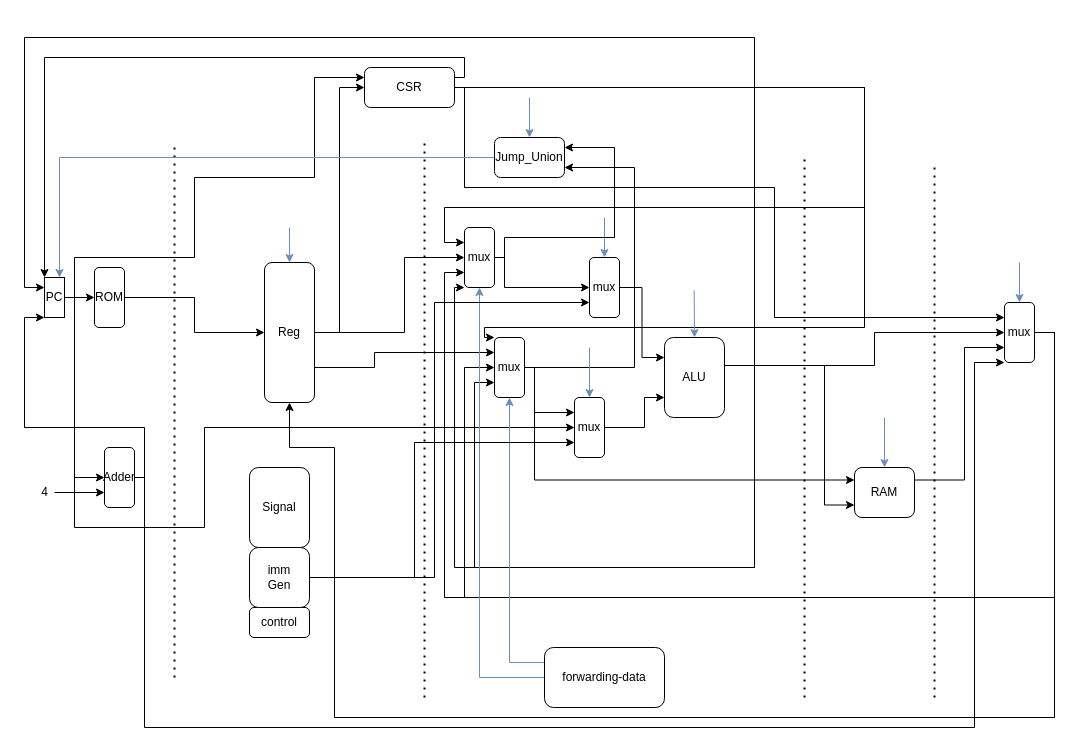
This is Lab7.drawio from Zerokei/CPUGraph, a draw.io file, before an edit. Source tidied: cells renumbered, new cells numbered last; positions are measured from the earlier drawing's top-left corner, leaving out a move shared by most shapes. Both pictures are drawn from the tidied source at 100%, with x=0, y=0 at pixel (24, 37).
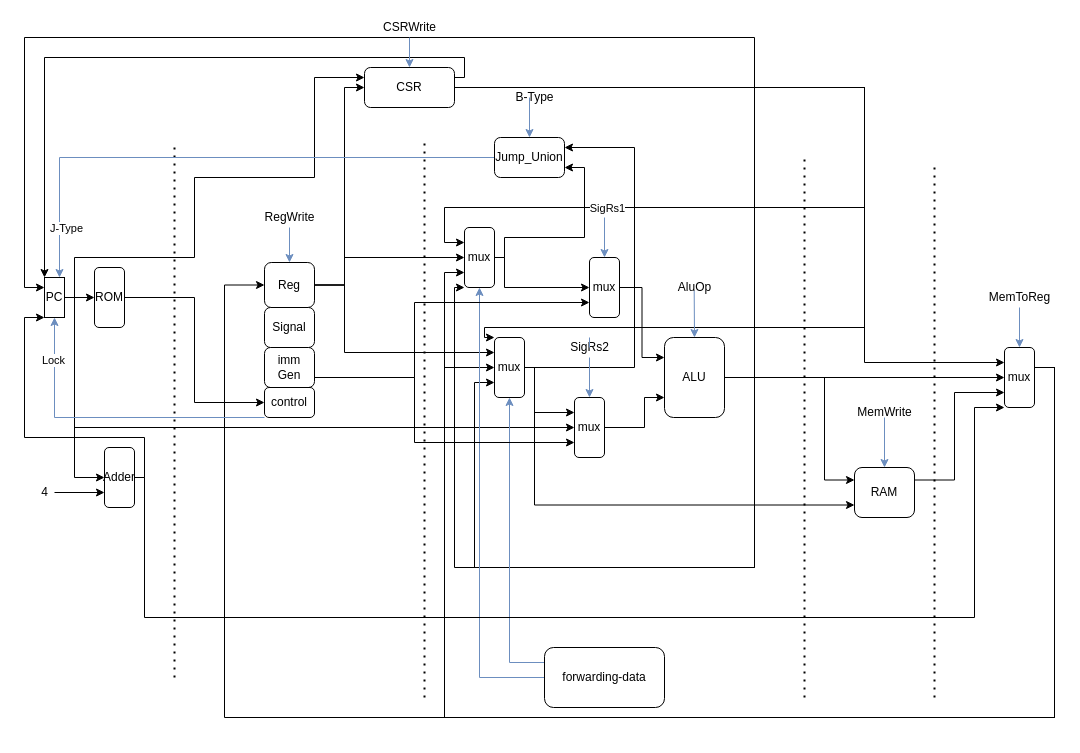
The same page after the edit.

Unchanged cells that the change refers to:
```xml
<mxCell id="7" value="ALU" style="rounded=1;whiteSpace=wrap;html=1;" parent="1" vertex="1">
  <mxGeometry x="640" y="300" width="60" height="80" as="geometry" />
</mxCell>
<mxCell id="12" value="PC" style="whiteSpace=wrap;html=1;" parent="1" vertex="1">
  <mxGeometry x="20" y="240" width="20" height="40" as="geometry" />
</mxCell>
<mxCell id="14" value="RAM" style="rounded=1;whiteSpace=wrap;html=1;" parent="1" vertex="1">
  <mxGeometry x="830" y="430" width="60" height="50" as="geometry" />
</mxCell>
<mxCell id="20" value="ROM" style="rounded=1;whiteSpace=wrap;html=1;" parent="1" vertex="1">
  <mxGeometry x="70" y="230" width="30" height="60" as="geometry" />
</mxCell>
<mxCell id="35" style="edgeStyle=orthogonalEdgeStyle;rounded=0;jettySize=auto;html=1;exitX=1;exitY=0.5;exitDx=0;exitDy=0;entryX=0;entryY=0.25;entryDx=0;entryDy=0;" parent="1" edge="1" source="37" target="67">
  <mxGeometry relative="1" as="geometry">
    <Array as="points">
      <mxPoint x="840" y="50" />
      <mxPoint x="840" y="170" />
      <mxPoint x="420" y="170" />
      <mxPoint x="420" y="205" />
    </Array>
  </mxGeometry>
</mxCell>
<mxCell id="37" value="CSR" style="rounded=1;whiteSpace=wrap;html=1;" parent="1" vertex="1">
  <mxGeometry x="340" y="30" width="90" height="40" as="geometry" />
</mxCell>
<mxCell id="43" value="mux" style="rounded=1;whiteSpace=wrap;html=1;" parent="1" vertex="1">
  <mxGeometry x="550" y="360" width="30" height="60" as="geometry" />
</mxCell>
<mxCell id="45" value="mux" style="rounded=1;whiteSpace=wrap;html=1;" parent="1" vertex="1">
  <mxGeometry x="565" y="220" width="30" height="60" as="geometry" />
</mxCell>
<mxCell id="53" value="mux" style="rounded=1;whiteSpace=wrap;html=1;" parent="1" vertex="1">
  <mxGeometry x="470" y="300" width="30" height="60" as="geometry" />
</mxCell>
<mxCell id="58" value="Adder" style="rounded=1;whiteSpace=wrap;html=1;" parent="1" vertex="1">
  <mxGeometry x="80" y="410" width="30" height="60" as="geometry" />
</mxCell>
<mxCell id="62" style="edgeStyle=orthogonalEdgeStyle;rounded=0;jettySize=auto;html=1;exitX=0;exitY=0.5;exitDx=0;exitDy=0;fillColor=#dae8fc;strokeColor=#6c8ebf;entryX=0.75;entryY=0;entryDx=0;entryDy=0;" parent="1" edge="1" source="63" target="12">
  <mxGeometry relative="1" as="geometry">
    <Array as="points">
      <mxPoint x="35" y="120" />
    </Array>
  </mxGeometry>
</mxCell>
<mxCell id="63" value="Jump_Union" style="rounded=1;whiteSpace=wrap;html=1;" parent="1" vertex="1">
  <mxGeometry x="470" y="100" width="70" height="40" as="geometry" />
</mxCell>
<mxCell id="67" value="mux" style="rounded=1;whiteSpace=wrap;html=1;" parent="1" vertex="1">
  <mxGeometry x="440" y="190" width="30" height="60" as="geometry" />
</mxCell>
```

Change to the diagram source:
```diff
@@
-    <mxCell id="2" style="edgeStyle=orthogonalEdgeStyle;rounded=0;jettySize=auto;html=1;exitX=1;exitY=0.5;exitDx=0;exitDy=0;entryX=0;entryY=0.5;entryDx=0;entryDy=0;" parent="1" edge="1" target="18">
+    <mxCell id="2" style="edgeStyle=orthogonalEdgeStyle;rounded=0;jettySize=auto;html=1;exitX=1;exitY=0.5;exitDx=0;exitDy=0;entryX=0;entryY=0.5;entryDx=0;entryDy=0;" parent="1" edge="1" source="7" target="18">
       <mxGeometry relative="1" as="geometry">
-        <mxPoint x="720" y="328" as="sourcePoint" />
         <Array as="points">
-          <mxPoint x="850" y="328" />
-          <mxPoint x="850" y="295" />
+          <mxPoint x="980" y="340" />
         </Array>
       </mxGeometry>
     </mxCell>
-    <mxCell id="3" style="edgeStyle=orthogonalEdgeStyle;rounded=0;jettySize=auto;html=1;exitX=1;exitY=0.5;exitDx=0;exitDy=0;entryX=0;entryY=0.75;entryDx=0;entryDy=0;" parent="1" edge="1" target="14">
+    <mxCell id="3" style="edgeStyle=orthogonalEdgeStyle;rounded=0;jettySize=auto;html=1;entryX=0;entryY=0.25;entryDx=0;entryDy=0;" parent="1" edge="1" target="14">
       <mxGeometry relative="1" as="geometry">
-        <mxPoint x="720" y="328" as="sourcePoint" />
+        <mxPoint x="710" y="340" as="sourcePoint" />
         <Array as="points">
-          <mxPoint x="800" y="328" />
-          <mxPoint x="800" y="468" />
+          <mxPoint x="800" y="340" />
+          <mxPoint x="800" y="443" />
+          <mxPoint x="830" y="443" />
         </Array>
       </mxGeometry>
     </mxCell>
     <mxCell id="4" style="edgeStyle=orthogonalEdgeStyle;rounded=0;jettySize=auto;html=1;exitX=1;exitY=0.5;exitDx=0;exitDy=0;entryX=0;entryY=0.75;entryDx=0;entryDy=0;" parent="1" edge="1" source="7" target="53">
       <mxGeometry relative="1" as="geometry">
         <Array as="points">
-          <mxPoint x="730" y="328" />
+          <mxPoint x="730" y="340" />
           <mxPoint x="730" y="530" />
           <mxPoint x="450" y="530" />
           <mxPoint x="450" y="345" />
         </Array>
       </mxGeometry>
     </mxCell>
     <mxCell id="5" style="edgeStyle=orthogonalEdgeStyle;rounded=0;jettySize=auto;html=1;exitX=1;exitY=0.5;exitDx=0;exitDy=0;entryX=0;entryY=1;entryDx=0;entryDy=0;" parent="1" edge="1" source="7" target="67">
       <mxGeometry relative="1" as="geometry">
         <Array as="points">
-          <mxPoint x="730" y="328" />
+          <mxPoint x="730" y="340" />
           <mxPoint x="730" y="530" />
           <mxPoint x="430" y="530" />
           <mxPoint x="430" y="250" />
         </Array>
       </mxGeometry>
     </mxCell>
     <mxCell id="6" style="edgeStyle=orthogonalEdgeStyle;rounded=0;jettySize=auto;html=1;exitX=1;exitY=0.5;exitDx=0;exitDy=0;entryX=0;entryY=0.25;entryDx=0;entryDy=0;" parent="1" edge="1" source="7" target="12">
       <mxGeometry relative="1" as="geometry">
         <Array as="points">
-          <mxPoint x="730" y="328" />
+          <mxPoint x="730" y="340" />
           <mxPoint x="730" />
           <mxPoint />
           <mxPoint y="250" />
         </Array>
       </mxGeometry>
     </mxCell>
@@
-    <mxCell id="9" style="edgeStyle=orthogonalEdgeStyle;rounded=0;jettySize=auto;html=1;exitX=1;exitY=0.5;exitDx=0;exitDy=0;entryX=0;entryY=0.5;entryDx=0;entryDy=0;" parent="1" edge="1" source="12" target="43">
+    <mxCell id="9" style="edgeStyle=orthogonalEdgeStyle;rounded=0;jettySize=auto;html=1;entryX=0;entryY=0.5;entryDx=0;entryDy=0;startArrow=none;exitX=1;exitY=0.5;exitDx=0;exitDy=0;" parent="1" edge="1" source="12" target="43">
       <mxGeometry relative="1" as="geometry">
         <Array as="points">
           <mxPoint x="50" y="260" />
-          <mxPoint x="50" y="490" />
-          <mxPoint x="180" y="490" />
-          <mxPoint x="180" y="390" />
+          <mxPoint x="50" y="390" />
         </Array>
       </mxGeometry>
     </mxCell>
@@
     <mxCell id="13" style="edgeStyle=orthogonalEdgeStyle;rounded=0;jettySize=auto;html=1;exitX=1;exitY=0.25;exitDx=0;exitDy=0;entryX=0;entryY=0.75;entryDx=0;entryDy=0;" parent="1" edge="1" source="14" target="18">
       <mxGeometry relative="1" as="geometry">
         <Array as="points">
-          <mxPoint x="940" y="442" />
-          <mxPoint x="940" y="310" />
+          <mxPoint x="930" y="442" />
+          <mxPoint x="930" y="355" />
         </Array>
       </mxGeometry>
     </mxCell>
@@
-    <mxCell id="15" style="edgeStyle=orthogonalEdgeStyle;rounded=0;jettySize=auto;html=1;exitX=1;exitY=0.5;exitDx=0;exitDy=0;entryX=0.5;entryY=1;entryDx=0;entryDy=0;" parent="1" edge="1" source="18" target="24">
+    <mxCell id="15" style="edgeStyle=orthogonalEdgeStyle;rounded=0;jettySize=auto;html=1;exitX=1;exitY=0.5;exitDx=0;exitDy=0;entryX=0;entryY=0.5;entryDx=0;entryDy=0;" parent="1" edge="1" source="18" target="24">
       <mxGeometry relative="1" as="geometry">
         <Array as="points">
-          <mxPoint x="1030" y="295" />
+          <mxPoint x="1030" y="330" />
           <mxPoint x="1030" y="680" />
-          <mxPoint x="310" y="680" />
-          <mxPoint x="310" y="410" />
-          <mxPoint x="265" y="410" />
+          <mxPoint x="200" y="680" />
+          <mxPoint x="200" y="248" />
+          <mxPoint x="240" y="248" />
         </Array>
       </mxGeometry>
     </mxCell>
     <mxCell id="16" style="edgeStyle=orthogonalEdgeStyle;rounded=0;jettySize=auto;html=1;exitX=1;exitY=0.5;exitDx=0;exitDy=0;entryX=0;entryY=0.5;entryDx=0;entryDy=0;" parent="1" edge="1" source="18" target="53">
       <mxGeometry relative="1" as="geometry">
         <Array as="points">
-          <mxPoint x="1030" y="295" />
-          <mxPoint x="1030" y="560" />
-          <mxPoint x="440" y="560" />
-          <mxPoint x="440" y="330" />
+          <mxPoint x="1010" y="330" />
+          <mxPoint x="1030" y="330" />
+          <mxPoint x="1030" y="680" />
+          <mxPoint x="420" y="680" />
+          <mxPoint x="420" y="330" />
         </Array>
       </mxGeometry>
     </mxCell>
     <mxCell id="17" style="edgeStyle=orthogonalEdgeStyle;rounded=0;jettySize=auto;html=1;exitX=1;exitY=0.5;exitDx=0;exitDy=0;entryX=0;entryY=0.75;entryDx=0;entryDy=0;" parent="1" edge="1" source="18" target="67">
       <mxGeometry relative="1" as="geometry">
         <Array as="points">
-          <mxPoint x="1030" y="295" />
-          <mxPoint x="1030" y="560" />
-          <mxPoint x="420" y="560" />
+          <mxPoint x="1010" y="330" />
+          <mxPoint x="1030" y="330" />
+          <mxPoint x="1030" y="680" />
+          <mxPoint x="420" y="680" />
           <mxPoint x="420" y="235" />
         </Array>
       </mxGeometry>
     </mxCell>
     <mxCell id="18" value="mux" style="rounded=1;whiteSpace=wrap;html=1;" parent="1" vertex="1">
-      <mxGeometry x="980" y="265" width="30" height="60" as="geometry" />
+      <mxGeometry x="980" y="310" width="30" height="60" as="geometry" />
     </mxCell>
-    <mxCell id="19" style="edgeStyle=orthogonalEdgeStyle;rounded=0;jettySize=auto;html=1;exitX=1;exitY=0.5;exitDx=0;exitDy=0;entryX=0;entryY=0.5;entryDx=0;entryDy=0;" parent="1" edge="1" source="20" target="24">
+    <mxCell id="19" style="edgeStyle=orthogonalEdgeStyle;rounded=0;jettySize=auto;html=1;exitX=1;exitY=0.5;exitDx=0;exitDy=0;entryX=0;entryY=0.5;entryDx=0;entryDy=0;" parent="1" edge="1" source="20" target="31">
       <mxGeometry relative="1" as="geometry" />
     </mxCell>
@@
     <mxCell id="21" style="edgeStyle=orthogonalEdgeStyle;rounded=0;jettySize=auto;html=1;exitX=1;exitY=0.5;exitDx=0;exitDy=0;entryX=0;entryY=0.5;entryDx=0;entryDy=0;" parent="1" edge="1" source="24" target="67">
       <mxGeometry relative="1" as="geometry">
         <Array as="points">
-          <mxPoint x="380" y="295" />
-          <mxPoint x="380" y="220" />
+          <mxPoint x="320" y="248" />
+          <mxPoint x="320" y="220" />
         </Array>
       </mxGeometry>
     </mxCell>
-    <mxCell id="22" style="edgeStyle=orthogonalEdgeStyle;rounded=0;jettySize=auto;html=1;exitX=1;exitY=0.75;exitDx=0;exitDy=0;entryX=0;entryY=0.25;entryDx=0;entryDy=0;" parent="1" edge="1" source="24" target="53">
+    <mxCell id="22" style="edgeStyle=orthogonalEdgeStyle;rounded=0;jettySize=auto;html=1;exitX=1;exitY=0.5;exitDx=0;exitDy=0;entryX=0;entryY=0.25;entryDx=0;entryDy=0;" parent="1" edge="1" source="24" target="53">
       <mxGeometry relative="1" as="geometry">
         <Array as="points">
-          <mxPoint x="350" y="330" />
-          <mxPoint x="350" y="315" />
+          <mxPoint x="320" y="248" />
+          <mxPoint x="320" y="315" />
         </Array>
       </mxGeometry>
     </mxCell>
     <mxCell id="23" style="edgeStyle=orthogonalEdgeStyle;rounded=0;jettySize=auto;html=1;exitX=1;exitY=0.5;exitDx=0;exitDy=0;entryX=0;entryY=0.5;entryDx=0;entryDy=0;" parent="1" edge="1" source="24" target="37">
-      <mxGeometry relative="1" as="geometry" />
+      <mxGeometry relative="1" as="geometry">
+        <Array as="points">
+          <mxPoint x="320" y="248" />
+          <mxPoint x="320" y="50" />
+        </Array>
+      </mxGeometry>
     </mxCell>
     <mxCell id="24" value="Reg" style="rounded=1;whiteSpace=wrap;html=1;" parent="1" vertex="1">
-      <mxGeometry x="240" y="225" width="50" height="140" as="geometry" />
+      <mxGeometry x="240" y="225" width="50" height="45" as="geometry" />
     </mxCell>
@@
-    <mxCell id="31" value="control" style="rounded=1;whiteSpace=wrap;html=1;" parent="1" vertex="1">
-      <mxGeometry x="225" y="570" width="60" height="30" as="geometry" />
-    </mxCell>
     <mxCell id="32" style="edgeStyle=orthogonalEdgeStyle;rounded=0;jettySize=auto;html=1;exitX=1;exitY=0.5;exitDx=0;exitDy=0;entryX=0;entryY=0.25;entryDx=0;entryDy=0;" parent="1" edge="1" source="37" target="18">
       <mxGeometry relative="1" as="geometry">
         <Array as="points">
-          <mxPoint x="440" y="50" />
-          <mxPoint x="440" y="150" />
-          <mxPoint x="750" y="150" />
-          <mxPoint x="750" y="280" />
+          <mxPoint x="840" y="50" />
+          <mxPoint x="840" y="325" />
         </Array>
       </mxGeometry>
     </mxCell>
@@
+    <mxCell id="68" value="SigRs1" style="edgeLabel;html=1;align=center;verticalAlign=middle;" parent="35" vertex="1">
+      <mxGeometry x="0.58" y="7" relative="1" as="geometry">
+        <mxPoint x="6" y="-7" as="offset" />
+      </mxGeometry>
+    </mxCell>
@@
     <mxCell id="38" value="Signal" style="rounded=1;whiteSpace=wrap;html=1;" parent="1" vertex="1">
-      <mxGeometry x="225" y="430" width="60" height="80" as="geometry" />
+      <mxGeometry x="240" y="270" width="50" height="40" as="geometry" />
     </mxCell>
     <mxCell id="39" style="edgeStyle=orthogonalEdgeStyle;rounded=0;jettySize=auto;html=1;exitX=1;exitY=0.5;exitDx=0;exitDy=0;entryX=0;entryY=0.75;entryDx=0;entryDy=0;" parent="1" edge="1" source="41" target="43">
       <mxGeometry relative="1" as="geometry">
         <Array as="points">
-          <mxPoint x="390" y="540" />
+          <mxPoint x="390" y="340" />
           <mxPoint x="390" y="405" />
         </Array>
       </mxGeometry>
     </mxCell>
     <mxCell id="40" style="edgeStyle=orthogonalEdgeStyle;rounded=0;jettySize=auto;html=1;exitX=1;exitY=0.5;exitDx=0;exitDy=0;entryX=0;entryY=0.75;entryDx=0;entryDy=0;" parent="1" edge="1" source="41" target="45">
       <mxGeometry relative="1" as="geometry">
         <Array as="points">
-          <mxPoint x="410" y="540" />
-          <mxPoint x="410" y="265" />
+          <mxPoint x="390" y="340" />
+          <mxPoint x="390" y="265" />
         </Array>
       </mxGeometry>
     </mxCell>
     <mxCell id="41" value="imm&lt;br&gt;Gen" style="rounded=1;whiteSpace=wrap;html=1;" parent="1" vertex="1">
-      <mxGeometry x="225" y="510" width="60" height="60" as="geometry" />
+      <mxGeometry x="240" y="310" width="50" height="40" as="geometry" />
     </mxCell>
@@
     <mxCell id="47" style="endArrow=classic;html=1;rounded=0;entryX=0.5;entryY=0;entryDx=0;entryDy=0;fillColor=#dae8fc;strokeColor=#6c8ebf;" parent="1" edge="1" target="18">
       <mxGeometry relative="1" as="geometry">
-        <mxPoint x="995" y="225" as="sourcePoint" />
+        <mxPoint x="995" y="270" as="sourcePoint" />
       </mxGeometry>
     </mxCell>
@@
-    <mxCell id="50" style="edgeStyle=orthogonalEdgeStyle;rounded=0;jettySize=auto;html=1;entryX=0;entryY=0.25;entryDx=0;entryDy=0;" parent="1" edge="1" target="14">
+    <mxCell id="50" style="edgeStyle=orthogonalEdgeStyle;rounded=0;jettySize=auto;html=1;entryX=0;entryY=0.75;entryDx=0;entryDy=0;" parent="1" edge="1" target="14">
       <mxGeometry relative="1" as="geometry">
         <mxPoint x="500" y="330" as="sourcePoint" />
         <Array as="points">
           <mxPoint x="510" y="330" />
-          <mxPoint x="510" y="442" />
+          <mxPoint x="510" y="468" />
+          <mxPoint x="830" y="468" />
         </Array>
       </mxGeometry>
     </mxCell>
@@
-    <mxCell id="52" style="edgeStyle=orthogonalEdgeStyle;rounded=0;jettySize=auto;html=1;exitX=1;exitY=0.5;exitDx=0;exitDy=0;entryX=1;entryY=0.75;entryDx=0;entryDy=0;" parent="1" edge="1" source="53" target="63">
+    <mxCell id="52" style="edgeStyle=orthogonalEdgeStyle;rounded=0;jettySize=auto;html=1;exitX=1;exitY=0.5;exitDx=0;exitDy=0;entryX=1;entryY=0.25;entryDx=0;entryDy=0;" parent="1" edge="1" source="53" target="63">
       <mxGeometry relative="1" as="geometry">
         <Array as="points">
           <mxPoint x="610" y="330" />
-          <mxPoint x="610" y="130" />
+          <mxPoint x="610" y="110" />
         </Array>
       </mxGeometry>
     </mxCell>
@@
-    <mxCell id="55" style="endArrow=classic;html=1;rounded=0;entryX=0.5;entryY=0;entryDx=0;entryDy=0;fillColor=#dae8fc;strokeColor=#6c8ebf;" parent="1" edge="1" target="43">
-      <mxGeometry relative="1" as="geometry">
-        <mxPoint x="565" y="310" as="sourcePoint" />
-      </mxGeometry>
+    <mxCell id="55" style="endArrow=classic;html=1;rounded=0;entryX=0.5;entryY=0;entryDx=0;entryDy=0;fillColor=#dae8fc;strokeColor=#6c8ebf;startArrow=none;" parent="1" edge="1" source="74" target="43">
+      <mxGeometry relative="1" as="geometry" />
     </mxCell>
     <mxCell id="56" style="edgeStyle=orthogonalEdgeStyle;rounded=0;jettySize=auto;html=1;exitX=1;exitY=0.5;exitDx=0;exitDy=0;entryX=0;entryY=1;entryDx=0;entryDy=0;" parent="1" edge="1" source="58" target="18">
       <mxGeometry relative="1" as="geometry">
         <Array as="points">
           <mxPoint x="120" y="440" />
-          <mxPoint x="120" y="690" />
-          <mxPoint x="950" y="690" />
-          <mxPoint x="950" y="325" />
+          <mxPoint x="120" y="580" />
+          <mxPoint x="950" y="580" />
+          <mxPoint x="950" y="370" />
         </Array>
       </mxGeometry>
     </mxCell>
     <mxCell id="57" style="edgeStyle=orthogonalEdgeStyle;rounded=0;jettySize=auto;html=1;exitX=1;exitY=0.5;exitDx=0;exitDy=0;entryX=0;entryY=1;entryDx=0;entryDy=0;" parent="1" edge="1" source="58" target="12">
       <mxGeometry relative="1" as="geometry">
         <Array as="points">
           <mxPoint x="120" y="440" />
-          <mxPoint x="120" y="390" />
-          <mxPoint y="390" />
+          <mxPoint x="120" y="400" />
+          <mxPoint y="400" />
           <mxPoint y="280" />
         </Array>
       </mxGeometry>
     </mxCell>
@@
+    <mxCell id="69" value="J-Type" style="edgeLabel;html=1;align=center;verticalAlign=middle;" parent="62" vertex="1">
+      <mxGeometry x="0.54" y="-6" relative="1" as="geometry">
+        <mxPoint x="-2" y="76" as="offset" />
+      </mxGeometry>
+    </mxCell>
@@
-    <mxCell id="66" style="edgeStyle=orthogonalEdgeStyle;rounded=0;jettySize=auto;html=1;exitX=1;exitY=0.5;exitDx=0;exitDy=0;entryX=1;entryY=0.25;entryDx=0;entryDy=0;" parent="1" edge="1" source="67" target="63">
+    <mxCell id="66" style="edgeStyle=orthogonalEdgeStyle;rounded=0;jettySize=auto;html=1;exitX=1;exitY=0.5;exitDx=0;exitDy=0;entryX=1;entryY=0.75;entryDx=0;entryDy=0;" parent="1" edge="1" source="67" target="63">
       <mxGeometry relative="1" as="geometry">
         <Array as="points">
           <mxPoint x="480" y="220" />
           <mxPoint x="480" y="200" />
-          <mxPoint x="590" y="200" />
-          <mxPoint x="590" y="110" />
+          <mxPoint x="560" y="200" />
+          <mxPoint x="560" y="130" />
         </Array>
       </mxGeometry>
     </mxCell>
@@
+    <mxCell id="70" value="AluOp" style="text;html=1;align=center;verticalAlign=middle;strokeColor=none;fillColor=none;" parent="1" vertex="1">
+      <mxGeometry x="645" y="240" width="50" height="20" as="geometry" />
+    </mxCell>
+    <mxCell id="71" value="MemToReg" style="text;html=1;align=center;verticalAlign=middle;strokeColor=none;fillColor=none;" parent="1" vertex="1">
+      <mxGeometry x="955" y="250" width="80" height="20" as="geometry" />
+    </mxCell>
+    <mxCell id="72" value="B-Type" style="text;html=1;align=center;verticalAlign=middle;strokeColor=none;fillColor=none;" parent="1" vertex="1">
+      <mxGeometry x="485" y="50" width="50" height="20" as="geometry" />
+    </mxCell>
+    <mxCell id="73" value="RegWrite" style="text;html=1;align=center;verticalAlign=middle;strokeColor=none;fillColor=none;" parent="1" vertex="1">
+      <mxGeometry x="230" y="170" width="70" height="20" as="geometry" />
+    </mxCell>
+    <mxCell id="74" value="SigRs2" style="text;html=1;align=center;verticalAlign=middle;points=[];strokeColor=none;fillColor=none;" parent="1" vertex="1">
+      <mxGeometry x="540" y="300" width="50" height="20" as="geometry" />
+    </mxCell>
+    <mxCell id="75" style="endArrow=none;html=1;rounded=0;entryX=0.5;entryY=0;entryDx=0;entryDy=0;fillColor=#dae8fc;strokeColor=#6c8ebf;" parent="1" edge="1" target="74">
+      <mxGeometry relative="1" as="geometry">
+        <mxPoint x="565" y="310" as="sourcePoint" />
+      </mxGeometry>
+    </mxCell>
+    <mxCell id="76" value="MemWrite" style="text;html=1;align=center;verticalAlign=middle;strokeColor=none;fillColor=none;" parent="1" vertex="1">
+      <mxGeometry x="825" y="365" width="70" height="20" as="geometry" />
+    </mxCell>
+    <mxCell id="77" value="CSRWrite" style="text;html=1;align=center;verticalAlign=middle;strokeColor=none;fillColor=none;" parent="1" vertex="1">
+      <mxGeometry x="350" y="-20" width="70" height="20" as="geometry" />
+    </mxCell>
+    <mxCell id="78" style="endArrow=classic;html=1;rounded=0;entryX=0.5;entryY=0;entryDx=0;entryDy=0;fillColor=#dae8fc;strokeColor=#6c8ebf;" parent="1" edge="1" target="37">
+      <mxGeometry relative="1" as="geometry">
+        <mxPoint x="385" as="sourcePoint" />
+      </mxGeometry>
+    </mxCell>
+    <mxCell id="79" style="edgeStyle=orthogonalEdgeStyle;rounded=0;orthogonalLoop=1;jettySize=auto;html=1;exitX=0.5;exitY=1;exitDx=0;exitDy=0;" parent="1" edge="1" source="31" target="31">
+      <mxGeometry relative="1" as="geometry" />
+    </mxCell>
+    <mxCell id="31" value="control" style="rounded=1;whiteSpace=wrap;html=1;" parent="1" vertex="1">
+      <mxGeometry x="240" y="350" width="50" height="30" as="geometry" />
+    </mxCell>
+    <mxCell id="80" style="endArrow=classic;html=1;rounded=0;exitX=0;exitY=1;exitDx=0;exitDy=0;entryX=0.5;entryY=1;entryDx=0;entryDy=0;fillColor=#dae8fc;strokeColor=#6c8ebf;" parent="1" edge="1" source="31" target="12">
+      <mxGeometry relative="1" as="geometry">
+        <Array as="points">
+          <mxPoint x="30" y="380" />
+        </Array>
+      </mxGeometry>
+    </mxCell>
+    <mxCell id="81" value="Lock" style="edgeLabel;html=1;align=center;verticalAlign=middle;" parent="80" vertex="1">
+      <mxGeometry x="0.73" y="2" relative="1" as="geometry" />
+    </mxCell>
```
